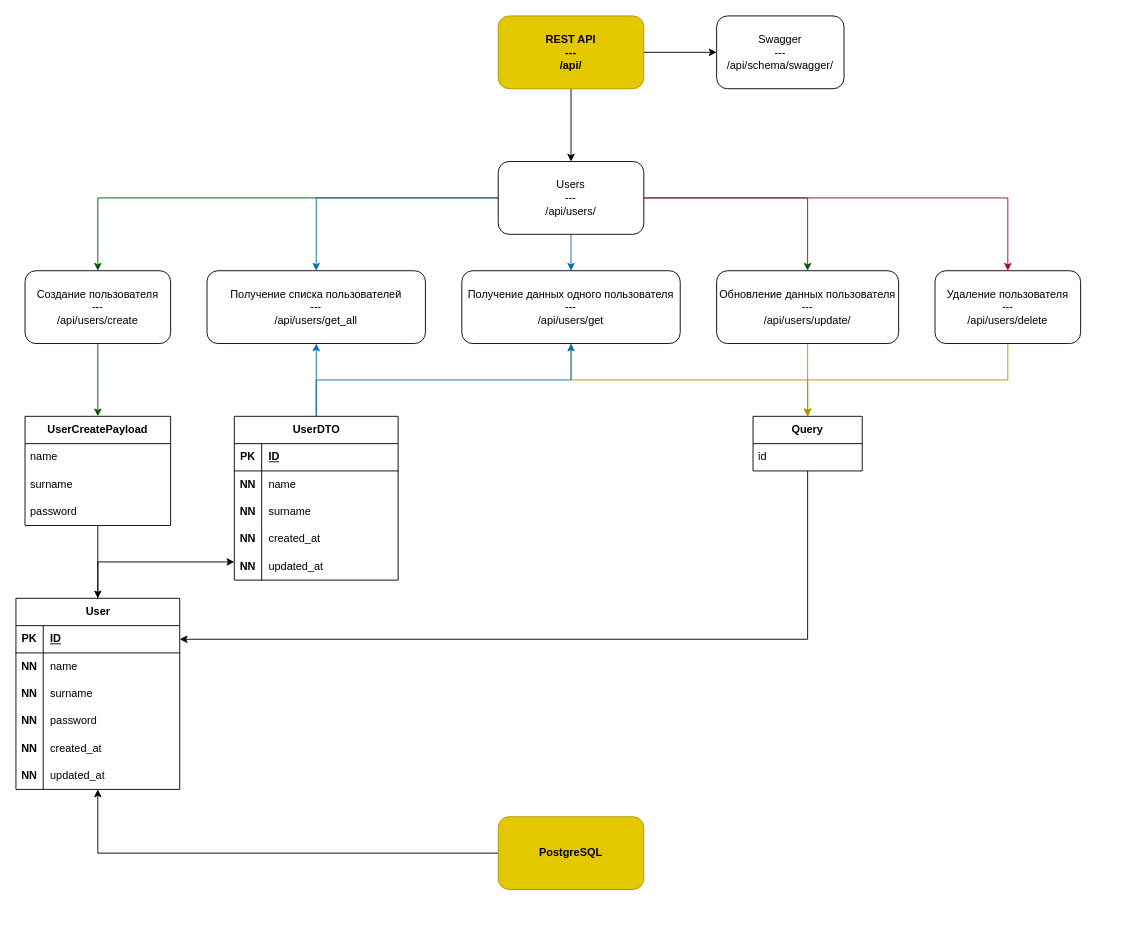
ames0k0/TT--Litestar--User-Management keeps this draw.io diagram as data/Diagram.drawio. Above is the earlier version. Source tidied: cells renumbered, new cells numbered last; positions are measured from the earlier drawing's top-left corner, leaving out a move shared by most shapes. Both pictures are drawn from the tidied source at 91%, with x=0, y=0 at pixel (15, 15).
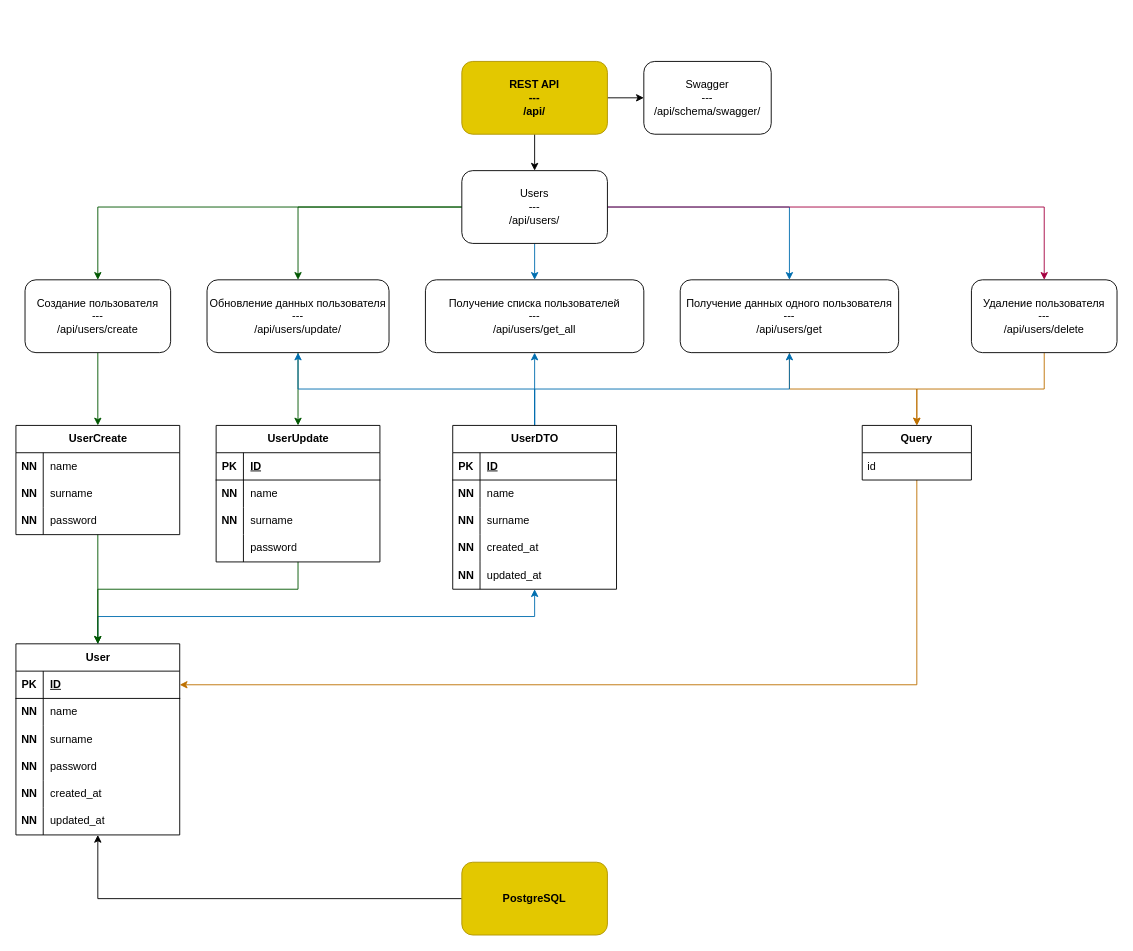
Above is the later version.

Unchanged cells that the change refers to:
```xml
<mxCell id="4" style="shape=tableRow;horizontal=0;startSize=0;swimlaneHead=0;swimlaneBody=0;fillColor=none;points=[[0,0.5],[1,0.5]];portConstraint=eastwest;top=0;left=0;right=0;bottom=1;" parent="3" vertex="1">
  <mxGeometry y="30" width="180" height="30" as="geometry" />
</mxCell>
<mxCell id="65" value="id" style="text;strokeColor=none;fillColor=none;align=left;verticalAlign=middle;spacingLeft=4;spacingRight=4;overflow=hidden;points=[[0,0.5],[1,0.5]];portConstraint=eastwest;whiteSpace=wrap;html=1;" parent="64" vertex="1">
  <mxGeometry y="30" width="120" height="30" as="geometry" />
</mxCell>
```

Diff of the diagram source:
```diff
@@
-    <mxCell id="2" style="edgeStyle=orthogonalEdgeStyle;rounded=0;jettySize=auto;html=1;" parent="1" edge="1" source="3" target="43">
+    <mxCell id="2" style="edgeStyle=orthogonalEdgeStyle;rounded=0;jettySize=auto;html=1;fillColor=#1ba1e2;strokeColor=#006EAF;" parent="1" edge="1" source="3" target="43">
       <mxGeometry relative="1" as="geometry">
         <Array as="points">
-          <mxPoint x="90" y="600" />
+          <mxPoint x="90" y="660" />
+          <mxPoint x="570" y="660" />
         </Array>
       </mxGeometry>
     </mxCell>
     <mxCell id="3" value="User" style="shape=table;startSize=30;childLayout=tableLayout;rowLines=0;fontStyle=1;align=center;html=1;" parent="1" vertex="1">
-      <mxGeometry y="640" width="180" height="210" as="geometry" />
+      <mxGeometry y="690" width="180" height="210" as="geometry" />
     </mxCell>
@@
     <mxCell id="24" value="&lt;b&gt;REST API&lt;/b&gt;&lt;div&gt;&lt;b&gt;---&lt;/b&gt;&lt;/div&gt;&lt;div&gt;&lt;b&gt;/api/&lt;/b&gt;&lt;/div&gt;" style="rounded=1;whiteSpace=wrap;html=1;fillColor=#e3c800;fontColor=#000000;strokeColor=#B09500;" parent="1" vertex="1">
-      <mxGeometry x="530" width="160" height="80" as="geometry" />
+      <mxGeometry x="490" y="50" width="160" height="80" as="geometry" />
     </mxCell>
@@
+    <mxCell id="29" style="edgeStyle=orthogonalEdgeStyle;rounded=0;jettySize=auto;html=1;fillColor=#d80073;strokeColor=#A50040;" parent="1" edge="1" source="30" target="39">
+      <mxGeometry relative="1" as="geometry" />
+    </mxCell>
@@
-    <mxCell id="29" style="edgeStyle=orthogonalEdgeStyle;rounded=0;jettySize=auto;html=1;fillColor=#d80073;strokeColor=#A50040;" parent="1" edge="1" source="30" target="39">
-      <mxGeometry relative="1" as="geometry" />
-    </mxCell>
     <mxCell id="30" value="Users&lt;div&gt;---&lt;/div&gt;&lt;div&gt;/api/users/&lt;/div&gt;" style="whiteSpace=wrap;html=1;rounded=1;" parent="1" vertex="1">
-      <mxGeometry x="530" y="160" width="160" height="80" as="geometry" />
+      <mxGeometry x="490" y="170" width="160" height="80" as="geometry" />
     </mxCell>
-    <mxCell id="31" style="edgeStyle=orthogonalEdgeStyle;rounded=0;jettySize=auto;html=1;fillColor=#008a00;strokeColor=#005700;" parent="1" edge="1" source="32" target="60">
-      <mxGeometry relative="1" as="geometry" />
-    </mxCell>
+    <mxCell id="69" style="edgeStyle=orthogonalEdgeStyle;rounded=0;jettySize=auto;html=1;fillColor=#008a00;strokeColor=#005700;" parent="1" edge="1" source="32" target="88">
+      <mxGeometry relative="1" as="geometry" />
+    </mxCell>
     <mxCell id="32" value="Создание пользователя&lt;div&gt;---&lt;/div&gt;&lt;div&gt;/api/users/create&lt;/div&gt;" style="whiteSpace=wrap;html=1;rounded=1;" parent="1" vertex="1">
-      <mxGeometry x="10" y="280" width="160" height="80" as="geometry" />
+      <mxGeometry x="10" y="290" width="160" height="80" as="geometry" />
     </mxCell>
     <mxCell id="33" value="Получение списка пользователей&lt;div&gt;---&lt;/div&gt;&lt;div&gt;/api/users/get_all&lt;/div&gt;" style="whiteSpace=wrap;html=1;rounded=1;" parent="1" vertex="1">
-      <mxGeometry x="210" y="280" width="240" height="80" as="geometry" />
+      <mxGeometry x="450" y="290" width="240" height="80" as="geometry" />
     </mxCell>
-    <mxCell id="34" style="edgeStyle=orthogonalEdgeStyle;rounded=0;jettySize=auto;html=1;fillColor=#e3c800;strokeColor=#B09500;" parent="1" edge="1" source="35" target="64">
-      <mxGeometry relative="1" as="geometry">
-        <Array as="points">
-          <mxPoint x="610" y="400" />
-          <mxPoint x="870" y="400" />
-        </Array>
-      </mxGeometry>
+    <mxCell id="34" style="edgeStyle=orthogonalEdgeStyle;rounded=0;jettySize=auto;html=1;fillColor=#f0a30a;strokeColor=#BD7000;" parent="1" edge="1" source="35" target="64">
+      <mxGeometry relative="1" as="geometry" />
     </mxCell>
     <mxCell id="35" value="Получение данных одного пользователя&lt;div&gt;---&lt;/div&gt;&lt;div&gt;/api/users/get&lt;/div&gt;" style="whiteSpace=wrap;html=1;rounded=1;" parent="1" vertex="1">
-      <mxGeometry x="490" y="280" width="240" height="80" as="geometry" />
+      <mxGeometry x="730" y="290" width="240" height="80" as="geometry" />
     </mxCell>
-    <mxCell id="36" style="edgeStyle=orthogonalEdgeStyle;rounded=0;jettySize=auto;html=1;fillColor=#e3c800;strokeColor=#B09500;" parent="1" edge="1" source="37" target="64">
-      <mxGeometry relative="1" as="geometry">
-        <Array as="points">
-          <mxPoint x="870" y="370" />
-          <mxPoint x="870" y="370" />
-        </Array>
-      </mxGeometry>
-    </mxCell>
+    <mxCell id="70" style="edgeStyle=orthogonalEdgeStyle;rounded=0;jettySize=auto;html=1;fillColor=#008a00;strokeColor=#005700;" parent="1" edge="1" source="37" target="74">
+      <mxGeometry relative="1" as="geometry">
+        <Array as="points">
+          <mxPoint x="310" y="440" />
+          <mxPoint x="310" y="440" />
+        </Array>
+      </mxGeometry>
+    </mxCell>
     <mxCell id="37" value="Обновление данных пользователя&lt;div&gt;---&lt;/div&gt;&lt;div&gt;/api/users/update/&lt;/div&gt;" style="whiteSpace=wrap;html=1;rounded=1;" parent="1" vertex="1">
-      <mxGeometry x="770" y="280" width="200" height="80" as="geometry" />
+      <mxGeometry x="210" y="290" width="200" height="80" as="geometry" />
     </mxCell>
-    <mxCell id="38" style="edgeStyle=orthogonalEdgeStyle;rounded=0;jettySize=auto;html=1;fillColor=#e3c800;strokeColor=#B09500;" parent="1" edge="1" source="39" target="64">
-      <mxGeometry relative="1" as="geometry">
-        <Array as="points">
-          <mxPoint x="1090" y="400" />
-          <mxPoint x="870" y="400" />
-        </Array>
-      </mxGeometry>
+    <mxCell id="38" style="edgeStyle=orthogonalEdgeStyle;rounded=0;jettySize=auto;html=1;fillColor=#f0a30a;strokeColor=#BD7000;" parent="1" edge="1" source="39" target="64">
+      <mxGeometry relative="1" as="geometry" />
     </mxCell>
     <mxCell id="39" value="Удаление пользователя&lt;div&gt;---&lt;/div&gt;&lt;div&gt;/api/users/delete&lt;/div&gt;" style="whiteSpace=wrap;html=1;rounded=1;" parent="1" vertex="1">
-      <mxGeometry x="1010" y="280" width="160" height="80" as="geometry" />
+      <mxGeometry x="1050" y="290" width="160" height="80" as="geometry" />
     </mxCell>
     <mxCell id="40" value="Swagger&lt;div&gt;---&lt;/div&gt;&lt;div&gt;/api/schema/swagger/&lt;/div&gt;" style="whiteSpace=wrap;html=1;rounded=1;" parent="1" vertex="1">
-      <mxGeometry x="770" width="140" height="80" as="geometry" />
+      <mxGeometry x="690" y="50" width="140" height="80" as="geometry" />
     </mxCell>
@@
     <mxCell id="42" style="edgeStyle=orthogonalEdgeStyle;rounded=0;jettySize=auto;html=1;fillColor=#1ba1e2;strokeColor=#006EAF;" parent="1" edge="1" source="43" target="35">
       <mxGeometry relative="1" as="geometry">
         <Array as="points">
-          <mxPoint x="330" y="400" />
-          <mxPoint x="610" y="400" />
+          <mxPoint x="570" y="410" />
+          <mxPoint x="850" y="410" />
         </Array>
       </mxGeometry>
     </mxCell>
+    <mxCell id="71" style="edgeStyle=orthogonalEdgeStyle;rounded=0;jettySize=auto;html=1;fillColor=#1ba1e2;strokeColor=#006EAF;" parent="1" edge="1" source="43" target="37">
+      <mxGeometry relative="1" as="geometry">
+        <Array as="points">
+          <mxPoint x="570" y="410" />
+          <mxPoint x="310" y="410" />
+        </Array>
+      </mxGeometry>
+    </mxCell>
     <mxCell id="43" value="UserDTO" style="shape=table;startSize=30;childLayout=tableLayout;rowLines=0;fontStyle=1;align=center;html=1;" parent="1" vertex="1">
-      <mxGeometry x="240" y="440" width="180" height="180" as="geometry" />
+      <mxGeometry x="480" y="450" width="180" height="180" as="geometry" />
     </mxCell>
@@
-    <mxCell id="59" style="edgeStyle=orthogonalEdgeStyle;rounded=0;jettySize=auto;html=1;" parent="1" edge="1" source="60" target="3">
-      <mxGeometry relative="1" as="geometry" />
-    </mxCell>
-    <mxCell id="60" value="&lt;span style=&quot;font-weight: 700; text-wrap-mode: nowrap;&quot;&gt;UserCreatePayload&lt;/span&gt;" style="swimlane;fontStyle=0;horizontal=1;startSize=30;whiteSpace=wrap;html=1;" parent="1" vertex="1">
-      <mxGeometry x="10" y="440" width="160" height="120" as="geometry" />
-    </mxCell>
-    <mxCell id="61" value="name" style="text;strokeColor=none;fillColor=none;align=left;verticalAlign=middle;spacingLeft=4;spacingRight=4;overflow=hidden;whiteSpace=wrap;html=1;" parent="60" vertex="1">
-      <mxGeometry y="30" width="160" height="30" as="geometry" />
-    </mxCell>
-    <mxCell id="62" value="surname" style="text;strokeColor=none;fillColor=none;align=left;verticalAlign=middle;spacingLeft=4;spacingRight=4;overflow=hidden;whiteSpace=wrap;html=1;" parent="60" vertex="1">
-      <mxGeometry y="60" width="160" height="30" as="geometry" />
-    </mxCell>
-    <mxCell id="63" value="password" style="text;strokeColor=none;fillColor=none;align=left;verticalAlign=middle;spacingLeft=4;spacingRight=4;overflow=hidden;whiteSpace=wrap;html=1;" parent="60" vertex="1">
-      <mxGeometry y="90" width="160" height="30" as="geometry" />
-    </mxCell>
+    <mxCell id="72" style="edgeStyle=orthogonalEdgeStyle;rounded=0;jettySize=auto;html=1;fillColor=#f0a30a;strokeColor=#BD7000;" parent="1" edge="1" source="64" target="4">
+      <mxGeometry relative="1" as="geometry" />
+    </mxCell>
     <mxCell id="64" value="&lt;span style=&quot;font-weight: 700; text-wrap-mode: nowrap;&quot;&gt;Query&lt;/span&gt;" style="swimlane;fontStyle=0;horizontal=1;startSize=30;whiteSpace=wrap;html=1;" parent="1" vertex="1">
-      <mxGeometry x="810" y="440" width="120" height="60" as="geometry" />
+      <mxGeometry x="930" y="450" width="120" height="60" as="geometry" />
     </mxCell>
@@
-    <mxCell id="66" style="edgeStyle=orthogonalEdgeStyle;rounded=0;jettySize=auto;html=1;" parent="1" edge="1" source="65" target="4">
-      <mxGeometry relative="1" as="geometry">
-        <Array as="points">
-          <mxPoint x="870" y="685" />
-        </Array>
-      </mxGeometry>
-    </mxCell>
@@
     <mxCell id="68" value="&lt;b&gt;PostgreSQL&lt;/b&gt;" style="rounded=1;whiteSpace=wrap;html=1;fillColor=#e3c800;fontColor=#000000;strokeColor=#B09500;" parent="1" vertex="1">
-      <mxGeometry x="530" y="880" width="160" height="80" as="geometry" />
+      <mxGeometry x="490" y="930" width="160" height="80" as="geometry" />
     </mxCell>
+    <mxCell id="73" style="edgeStyle=orthogonalEdgeStyle;rounded=0;jettySize=auto;html=1;fillColor=#008a00;strokeColor=#005700;" parent="1" edge="1" source="74" target="3">
+      <mxGeometry relative="1" as="geometry">
+        <Array as="points">
+          <mxPoint x="310" y="630" />
+          <mxPoint x="90" y="630" />
+        </Array>
+      </mxGeometry>
+    </mxCell>
+    <mxCell id="74" value="UserUpdate" style="shape=table;startSize=30;childLayout=tableLayout;rowLines=0;fontStyle=1;align=center;html=1;" parent="1" vertex="1">
+      <mxGeometry x="220" y="450" width="180" height="150" as="geometry" />
+    </mxCell>
+    <mxCell id="75" style="shape=tableRow;horizontal=0;startSize=0;swimlaneHead=0;swimlaneBody=0;fillColor=none;top=0;left=0;right=0;bottom=1;" parent="74" vertex="1">
+      <mxGeometry y="30" width="180" height="30" as="geometry" />
+    </mxCell>
+    <mxCell id="76" value="PK" style="shape=partialRectangle;fillColor=none;top=0;left=0;bottom=0;right=0;fontStyle=1;overflow=hidden;whiteSpace=wrap;html=1;" parent="75" vertex="1">
+      <mxGeometry width="30" height="30" as="geometry" />
+    </mxCell>
+    <mxCell id="77" value="ID" style="shape=partialRectangle;fillColor=none;top=0;left=0;bottom=0;right=0;align=left;spacingLeft=6;fontStyle=5;overflow=hidden;whiteSpace=wrap;html=1;" parent="75" vertex="1">
+      <mxGeometry x="30" width="150" height="30" as="geometry" />
+    </mxCell>
+    <mxCell id="78" style="shape=tableRow;horizontal=0;startSize=0;swimlaneHead=0;swimlaneBody=0;fillColor=none;top=0;left=0;right=0;bottom=0;" parent="74" vertex="1">
+      <mxGeometry y="60" width="180" height="30" as="geometry" />
+    </mxCell>
+    <mxCell id="79" value="&lt;b&gt;NN&lt;/b&gt;" style="shape=partialRectangle;fillColor=none;top=0;left=0;bottom=0;right=0;overflow=hidden;whiteSpace=wrap;html=1;" parent="78" vertex="1">
+      <mxGeometry width="30" height="30" as="geometry" />
+    </mxCell>
+    <mxCell id="80" value="name" style="shape=partialRectangle;fillColor=none;top=0;left=0;bottom=0;right=0;align=left;spacingLeft=6;overflow=hidden;whiteSpace=wrap;html=1;" parent="78" vertex="1">
+      <mxGeometry x="30" width="150" height="30" as="geometry" />
+    </mxCell>
+    <mxCell id="81" style="shape=tableRow;horizontal=0;startSize=0;swimlaneHead=0;swimlaneBody=0;fillColor=none;top=0;left=0;right=0;bottom=0;" parent="74" vertex="1">
+      <mxGeometry y="90" width="180" height="30" as="geometry" />
+    </mxCell>
+    <mxCell id="82" value="&lt;b&gt;NN&lt;/b&gt;" style="shape=partialRectangle;fillColor=none;top=0;left=0;bottom=0;right=0;overflow=hidden;whiteSpace=wrap;html=1;" parent="81" vertex="1">
+      <mxGeometry width="30" height="30" as="geometry" />
+    </mxCell>
+    <mxCell id="83" value="surname" style="shape=partialRectangle;fillColor=none;top=0;left=0;bottom=0;right=0;align=left;spacingLeft=6;overflow=hidden;whiteSpace=wrap;html=1;" parent="81" vertex="1">
+      <mxGeometry x="30" width="150" height="30" as="geometry" />
+    </mxCell>
+    <mxCell id="84" style="shape=tableRow;horizontal=0;startSize=0;swimlaneHead=0;swimlaneBody=0;fillColor=none;top=0;left=0;right=0;bottom=0;" parent="74" vertex="1">
+      <mxGeometry y="120" width="180" height="30" as="geometry" />
+    </mxCell>
+    <mxCell id="85" style="shape=partialRectangle;fillColor=none;top=0;left=0;bottom=0;right=0;overflow=hidden;whiteSpace=wrap;html=1;" parent="84" vertex="1">
+      <mxGeometry width="30" height="30" as="geometry" />
+    </mxCell>
+    <mxCell id="86" value="password" style="shape=partialRectangle;fillColor=none;top=0;left=0;bottom=0;right=0;align=left;spacingLeft=6;overflow=hidden;whiteSpace=wrap;html=1;" parent="84" vertex="1">
+      <mxGeometry x="30" width="150" height="30" as="geometry" />
+    </mxCell>
+    <mxCell id="87" style="edgeStyle=orthogonalEdgeStyle;rounded=0;jettySize=auto;html=1;fillColor=#008a00;strokeColor=#005700;" parent="1" edge="1" source="88" target="3">
+      <mxGeometry relative="1" as="geometry" />
+    </mxCell>
+    <mxCell id="88" value="UserCreate" style="shape=table;startSize=30;childLayout=tableLayout;rowLines=0;fontStyle=1;align=center;html=1;" parent="1" vertex="1">
+      <mxGeometry y="450" width="180" height="120" as="geometry" />
+    </mxCell>
+    <mxCell id="89" style="shape=tableRow;horizontal=0;startSize=0;swimlaneHead=0;swimlaneBody=0;fillColor=none;top=0;left=0;right=0;bottom=0;" parent="88" vertex="1">
+      <mxGeometry y="30" width="180" height="30" as="geometry" />
+    </mxCell>
+    <mxCell id="90" value="&lt;b&gt;NN&lt;/b&gt;" style="shape=partialRectangle;fillColor=none;top=0;left=0;bottom=0;right=0;overflow=hidden;whiteSpace=wrap;html=1;" parent="89" vertex="1">
+      <mxGeometry width="30" height="30" as="geometry" />
+    </mxCell>
+    <mxCell id="91" value="name" style="shape=partialRectangle;fillColor=none;top=0;left=0;bottom=0;right=0;align=left;spacingLeft=6;overflow=hidden;whiteSpace=wrap;html=1;" parent="89" vertex="1">
+      <mxGeometry x="30" width="150" height="30" as="geometry" />
+    </mxCell>
+    <mxCell id="92" style="shape=tableRow;horizontal=0;startSize=0;swimlaneHead=0;swimlaneBody=0;fillColor=none;top=0;left=0;right=0;bottom=0;" parent="88" vertex="1">
+      <mxGeometry y="60" width="180" height="30" as="geometry" />
+    </mxCell>
+    <mxCell id="93" value="&lt;b&gt;NN&lt;/b&gt;" style="shape=partialRectangle;fillColor=none;top=0;left=0;bottom=0;right=0;overflow=hidden;whiteSpace=wrap;html=1;" parent="92" vertex="1">
+      <mxGeometry width="30" height="30" as="geometry" />
+    </mxCell>
+    <mxCell id="94" value="surname" style="shape=partialRectangle;fillColor=none;top=0;left=0;bottom=0;right=0;align=left;spacingLeft=6;overflow=hidden;whiteSpace=wrap;html=1;" parent="92" vertex="1">
+      <mxGeometry x="30" width="150" height="30" as="geometry" />
+    </mxCell>
+    <mxCell id="95" style="shape=tableRow;horizontal=0;startSize=0;swimlaneHead=0;swimlaneBody=0;fillColor=none;top=0;left=0;right=0;bottom=0;" parent="88" vertex="1">
+      <mxGeometry y="90" width="180" height="30" as="geometry" />
+    </mxCell>
+    <mxCell id="96" value="&lt;b&gt;NN&lt;/b&gt;" style="shape=partialRectangle;fillColor=none;top=0;left=0;bottom=0;right=0;overflow=hidden;whiteSpace=wrap;html=1;" parent="95" vertex="1">
+      <mxGeometry width="30" height="30" as="geometry" />
+    </mxCell>
+    <mxCell id="97" value="password" style="shape=partialRectangle;fillColor=none;top=0;left=0;bottom=0;right=0;align=left;spacingLeft=6;overflow=hidden;whiteSpace=wrap;html=1;" parent="95" vertex="1">
+      <mxGeometry x="30" width="150" height="30" as="geometry" />
+    </mxCell>
```
